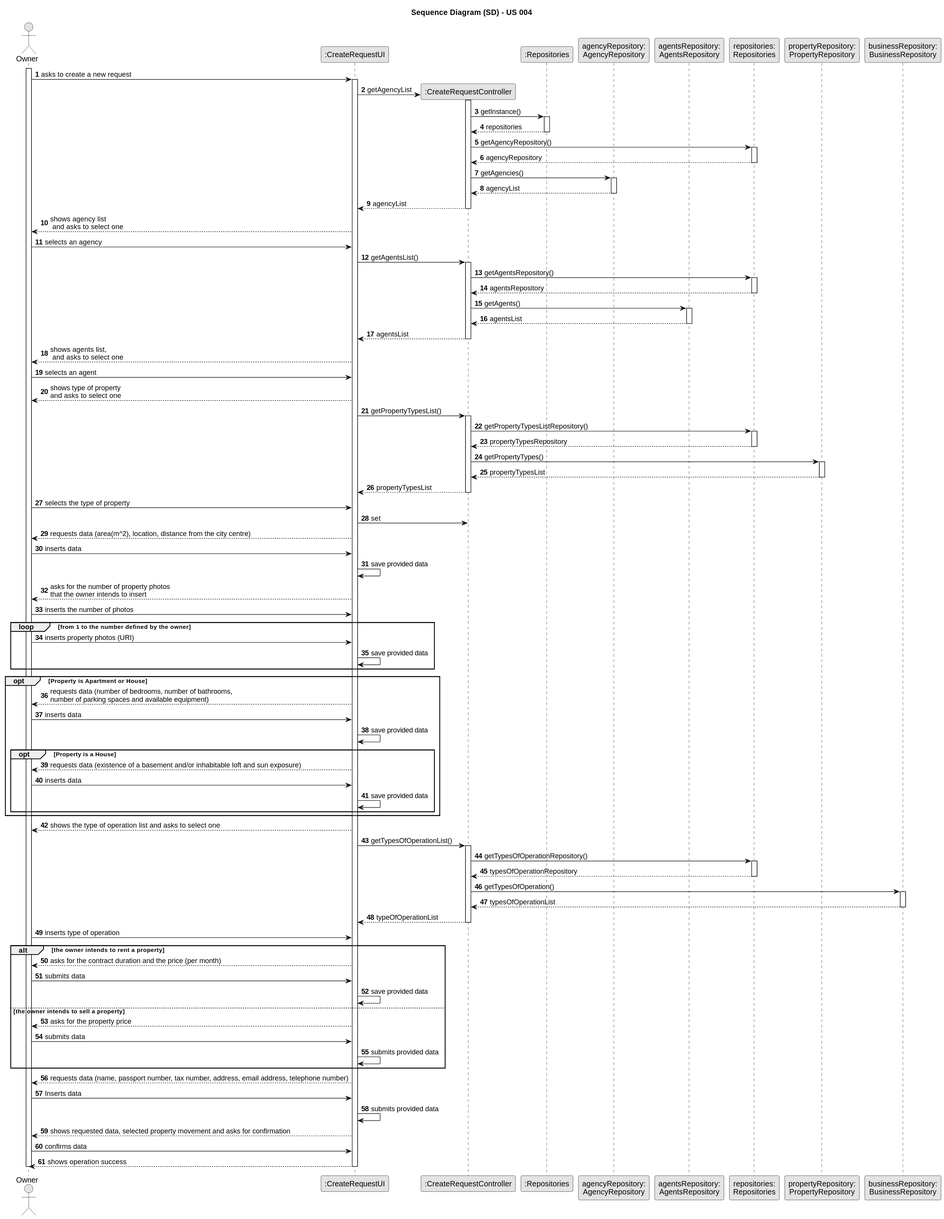
Above: docs/sprintB/us004/03.design/svg/us004-sequence-diagram.svg in 1220812/LAPR2 (PlantUML), before the change.
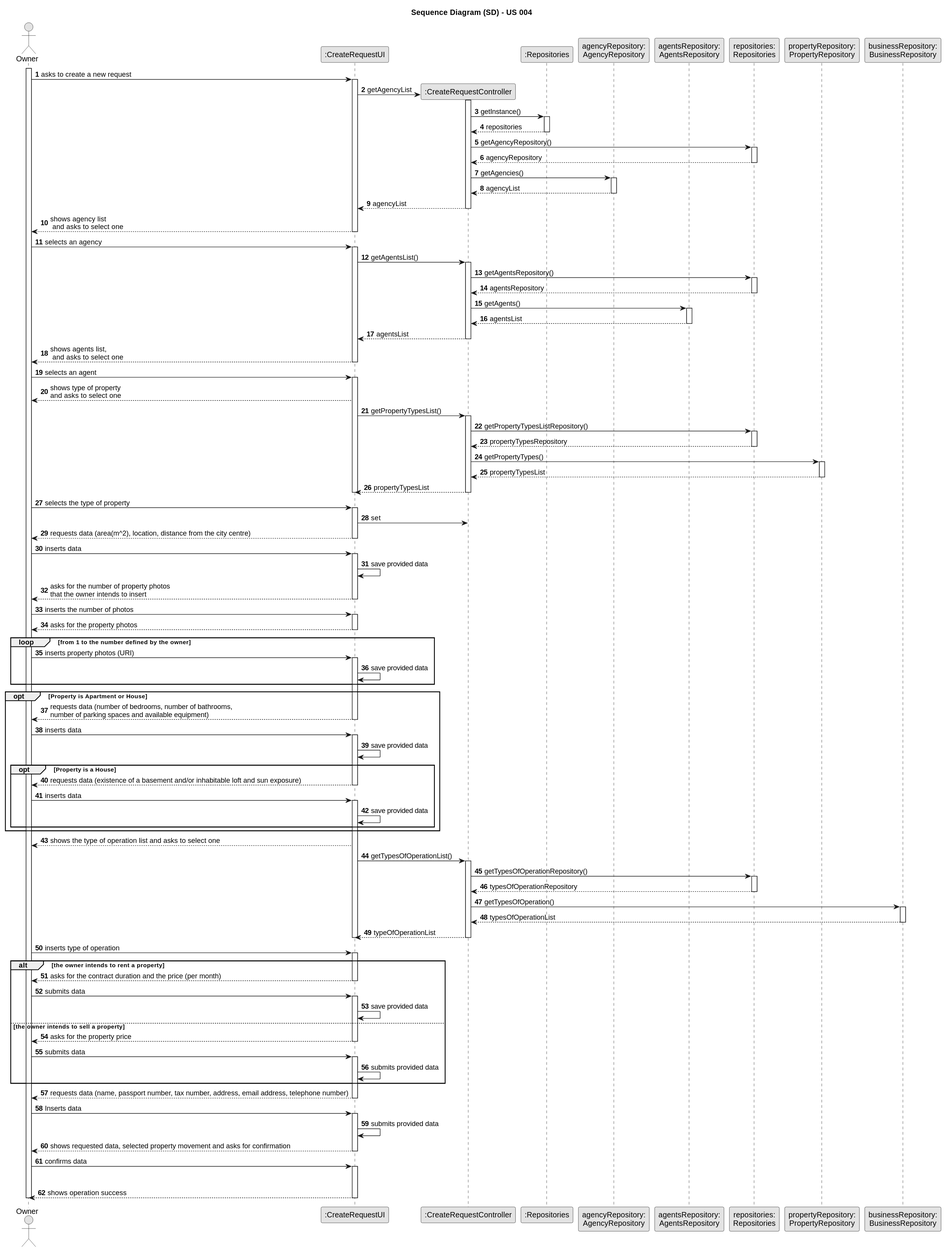
After the change.

Commit message:
Little fixes in the Sequence diagram - US 004

The edit, as a diff of the source:
```diff
@@ -48,7 +48,11 @@
 
             UI --> Owner : shows agency list\n and asks to select one
 
+            deactivate UI
+
             Owner -> UI : selects an agency
+
+            activate UI
 
             UI -> CTRL : getAgentsList()
             activate CTRL
@@ -67,13 +71,15 @@
             deactivate AgentR
 
             CTRL --> UI : agentsList
-            deactivate
-
             deactivate CTRL
 
             UI --> Owner : shows agents list, \n and asks to select one
 
+            deactivate UI
+
             Owner -> UI : selects an agent
+
+            activate UI
 
             UI --> Owner : shows type of property \nand asks to select one
 
@@ -91,26 +97,43 @@
 
             PR --> CTRL : propertyTypesList
             deactivate PR
+
             CTRL --> UI : propertyTypesList
+            deactivate UI
             deactivate CTRL
 
             Owner -> UI : selects the type of property
+            activate UI
 
             UI -> CTRL : set
 
             UI --> Owner : requests data (area(m^2), location, distance from the city centre)
 
+            deactivate UI
+
             Owner -> UI : inserts data
+
+            activate UI
 
             UI -> UI : save provided data
 
             UI --> Owner : asks for the number of property photos \nthat the owner intends to insert
 
+           deactivate UI
+
             Owner -> UI : inserts the number of photos
+
+            activate UI
+
+            UI --> Owner : asks for the property photos
+
+            deactivate UI
 
             loop from 1 to the number defined by the owner
 
             Owner -> UI : inserts property photos (URI)
+
+            activate UI
 
             UI -> UI : save provided data
 
@@ -120,7 +143,11 @@
 
         UI --> Owner : requests data (number of bedrooms, number of bathrooms, \nnumber of parking spaces and available equipment)
 
+        deactivate UI
+
     Owner -> UI : inserts data
+
+    activate UI
 
     UI -> UI : save provided data
 
@@ -128,7 +155,11 @@
 
          UI --> Owner : requests data (existence of a basement and/or inhabitable loft and sun exposure)
 
+    deactivate UI
+
     Owner -> UI : inserts data
+
+    activate UI
 
     UI -> UI : save provided data
 
@@ -137,6 +168,7 @@
     end
 
     UI --> Owner : shows the type of operation list and asks to select one
+
     UI -> CTRL : getTypesOfOperationList()
     activate CTRL
 
@@ -155,34 +187,54 @@
     CTRL --> UI : typeOfOperationList
     deactivate CTRL
 
+    deactivate UI
+
     Owner -> UI : inserts type of operation
 
     alt the owner intends to rent a property
 
+    activate UI
+
     UI --> Owner : asks for the contract duration and the price (per month)
 
+    deactivate UI
+
     Owner -> UI : submits data
+
+    activate UI
 
     UI -> UI : save provided data
 
     else the owner intends to sell a property
     UI --> Owner : asks for the property price
 
+    deactivate UI
+
     Owner -> UI : submits data
+
+    activate UI
 
     UI -> UI : submits provided data
 
     end
           UI --> Owner : requests data (name, passport number, tax number, address, email address, telephone number)
 
+   deactivate UI
+
     Owner -> UI : Inserts data
+
+    activate UI
 
     UI -> UI : submits provided data
 
            UI --> Owner : shows requested data, selected property movement and asks for confirmation
+           deactivate UI
 
             Owner -> UI : confirms data
+
+            activate UI
             deactivate CTRL
+
             UI --> Owner: shows operation success
     deactivate UI
 
```
